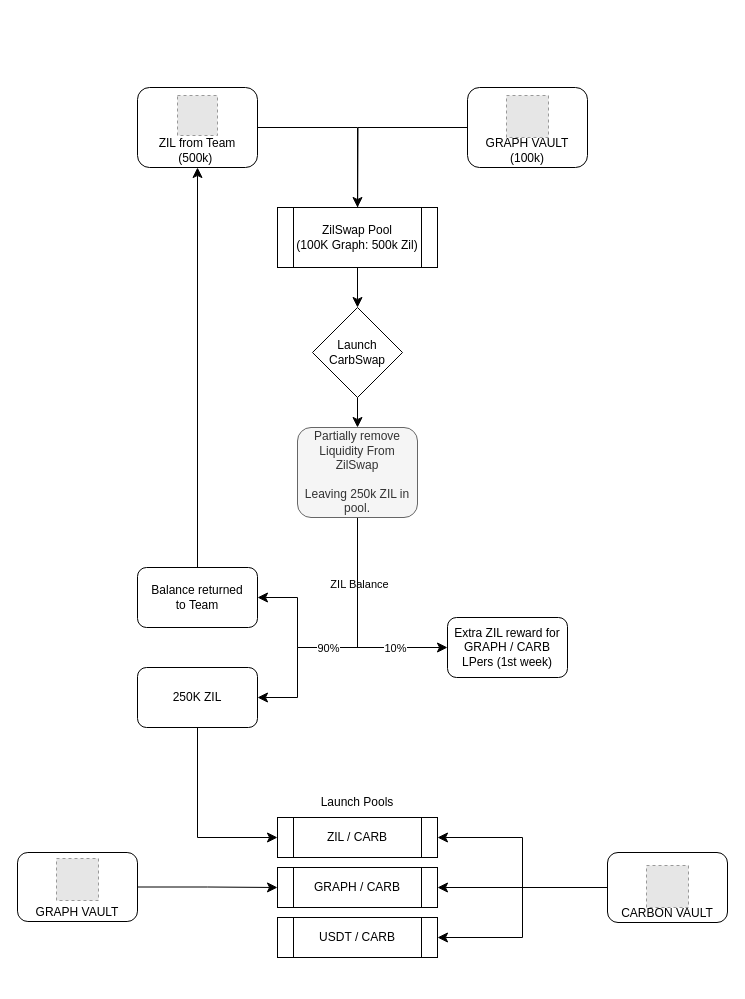
Above: carbswapflow.drawio in Carbon-Labs/Diagrams (draw.io), before the change. Source tidied: cells renumbered, new cells numbered last; positions are measured from the earlier drawing's top-left corner, leaving out a move shared by most shapes. Both pictures are drawn from the tidied source at 100%, with x=0, y=0 at pixel (17, 87). Pictures stored in the file or linked from it are replaced by grey dashed boxes.
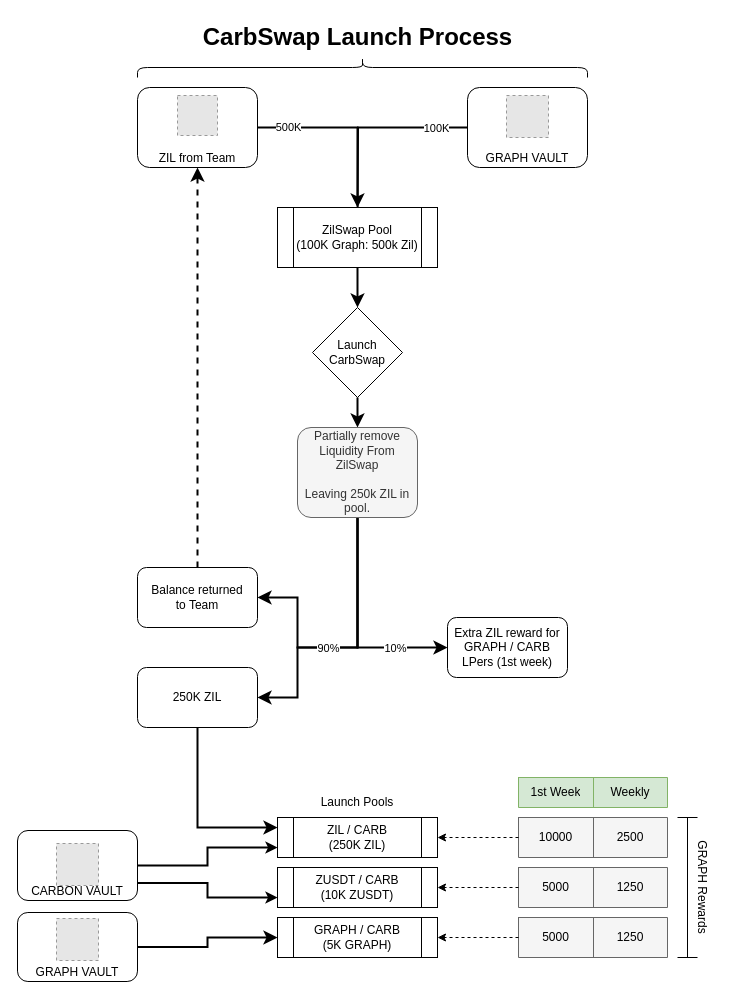
The same page after the edit.

The change refers to these unchanged cells:
```xml
<mxCell id="7" value="ZilSwap Pool&lt;br&gt;(100K Graph: 500k Zil)" style="shape=process;whiteSpace=wrap;html=1;backgroundOutline=1;" parent="1" vertex="1">
  <mxGeometry x="260" y="120" width="160" height="60" as="geometry" />
</mxCell>
<mxCell id="11" value="Launch&lt;br&gt;CarbSwap" style="rhombus;whiteSpace=wrap;html=1;verticalAlign=middle;" parent="1" vertex="1">
  <mxGeometry x="295" y="220" width="90" height="90" as="geometry" />
</mxCell>
<mxCell id="18" value="Partially remove Liquidity From ZilSwap&lt;br&gt;&lt;br&gt;Leaving 250k ZIL in pool." style="rounded=1;whiteSpace=wrap;html=1;verticalAlign=middle;fillColor=#f5f5f5;fontColor=#333333;strokeColor=#666666;" parent="1" vertex="1">
  <mxGeometry x="280" y="340" width="120" height="90" as="geometry" />
</mxCell>
<mxCell id="19" value="Extra ZIL reward for GRAPH / CARB&lt;br&gt;LPers (1st week)" style="rounded=1;whiteSpace=wrap;html=1;verticalAlign=middle;" parent="1" vertex="1">
  <mxGeometry x="430" y="530" width="120" height="60" as="geometry" />
</mxCell>
<mxCell id="21" value="Balance returned&lt;br&gt;to Team" style="rounded=1;whiteSpace=wrap;html=1;verticalAlign=middle;" parent="1" vertex="1">
  <mxGeometry x="120" y="480" width="120" height="60" as="geometry" />
</mxCell>
<mxCell id="23" value="250K ZIL" style="rounded=1;whiteSpace=wrap;html=1;verticalAlign=middle;" parent="1" vertex="1">
  <mxGeometry x="120" y="580" width="120" height="60" as="geometry" />
</mxCell>
```

Diff of the diagram source:
```diff
@@
-    <mxCell id="2" style="rounded=0;html=1;jettySize=auto;fontSize=11;endArrow=block;endFill=0;endSize=8;strokeWidth=1;shadow=0;labelBackgroundColor=none;edgeStyle=orthogonalEdgeStyle;" parent="1" edge="1" source="3">
+    <mxCell id="2" style="rounded=0;html=1;jettySize=auto;fontSize=11;endArrow=block;endFill=0;endSize=8;strokeWidth=2;shadow=0;labelBackgroundColor=none;edgeStyle=orthogonalEdgeStyle;" parent="1" edge="1" source="3">
       <mxGeometry relative="1" as="geometry">
         <mxPoint x="340" y="150" as="targetPoint" />
       </mxGeometry>
     </mxCell>
+    <mxCell id="36" value="100K" style="edgeLabel;html=1;align=center;verticalAlign=middle;" parent="2" vertex="1">
+      <mxGeometry x="-0.71" relative="1" as="geometry" />
+    </mxCell>
-    <mxCell id="3" value="GRAPH VAULT&lt;br&gt;(100k)" style="rounded=1;whiteSpace=wrap;html=1;fontSize=12;glass=0;strokeWidth=1;shadow=0;verticalAlign=bottom;" parent="1" vertex="1">
+    <mxCell id="3" value="GRAPH VAULT&lt;br&gt;" style="rounded=1;whiteSpace=wrap;html=1;fontSize=12;glass=0;strokeWidth=1;shadow=0;verticalAlign=bottom;" parent="1" vertex="1">
       <mxGeometry x="450" width="120" height="80" as="geometry" />
     </mxCell>
-    <mxCell id="4" style="edgeStyle=orthogonalEdgeStyle;rounded=0;jettySize=auto;html=1;exitX=1;exitY=0.5;exitDx=0;exitDy=0;endArrow=classic;endFill=1;endSize=8;entryX=0.5;entryY=0;entryDx=0;entryDy=0;" parent="1" edge="1" source="5" target="7">
+    <mxCell id="4" style="edgeStyle=orthogonalEdgeStyle;rounded=0;jettySize=auto;html=1;exitX=1;exitY=0.5;exitDx=0;exitDy=0;endArrow=classic;endFill=1;endSize=8;entryX=0.5;entryY=0;entryDx=0;entryDy=0;strokeWidth=2;" parent="1" edge="1" source="5" target="7">
       <mxGeometry relative="1" as="geometry" />
     </mxCell>
+    <mxCell id="37" value="500K" style="edgeLabel;html=1;align=center;verticalAlign=middle;" parent="4" vertex="1">
+      <mxGeometry x="-0.67" y="1" relative="1" as="geometry" />
+    </mxCell>
-    <mxCell id="5" value="ZIL from Team&lt;br&gt;(500k)&amp;nbsp;" style="rounded=1;whiteSpace=wrap;html=1;fontSize=12;glass=0;strokeWidth=1;shadow=0;verticalAlign=bottom;" parent="1" vertex="1">
+    <mxCell id="5" value="ZIL from Team" style="rounded=1;whiteSpace=wrap;html=1;fontSize=12;glass=0;strokeWidth=1;shadow=0;verticalAlign=bottom;" parent="1" vertex="1">
       <mxGeometry x="120" width="120" height="80" as="geometry" />
     </mxCell>
-    <mxCell id="6" style="edgeStyle=orthogonalEdgeStyle;rounded=0;jettySize=auto;html=1;exitX=0.5;exitY=1;exitDx=0;exitDy=0;entryX=0.5;entryY=0;entryDx=0;entryDy=0;endArrow=classic;endFill=1;endSize=8;" parent="1" edge="1" source="7" target="11">
+    <mxCell id="6" style="edgeStyle=orthogonalEdgeStyle;rounded=0;jettySize=auto;html=1;exitX=0.5;exitY=1;exitDx=0;exitDy=0;entryX=0.5;entryY=0;entryDx=0;entryDy=0;endArrow=classic;endFill=1;endSize=8;strokeWidth=2;" parent="1" edge="1" source="7" target="11">
       <mxGeometry relative="1" as="geometry" />
     </mxCell>
@@
-    <mxCell id="10" style="edgeStyle=orthogonalEdgeStyle;rounded=0;jettySize=auto;html=1;exitX=0.5;exitY=1;exitDx=0;exitDy=0;entryX=0.5;entryY=0;entryDx=0;entryDy=0;endArrow=classic;endFill=1;endSize=8;" parent="1" edge="1" source="11" target="18">
+    <mxCell id="10" style="edgeStyle=orthogonalEdgeStyle;rounded=0;jettySize=auto;html=1;exitX=0.5;exitY=1;exitDx=0;exitDy=0;entryX=0.5;entryY=0;entryDx=0;entryDy=0;endArrow=classic;endFill=1;endSize=8;strokeWidth=2;" parent="1" edge="1" source="11" target="18">
       <mxGeometry relative="1" as="geometry" />
     </mxCell>
@@
-    <mxCell id="12" style="edgeStyle=orthogonalEdgeStyle;rounded=0;jettySize=auto;html=1;exitX=0.5;exitY=1;exitDx=0;exitDy=0;entryX=0;entryY=0.5;entryDx=0;entryDy=0;endArrow=classic;endFill=1;endSize=8;" parent="1" edge="1" source="18" target="19">
+    <mxCell id="12" style="edgeStyle=orthogonalEdgeStyle;rounded=0;jettySize=auto;html=1;exitX=0.5;exitY=1;exitDx=0;exitDy=0;entryX=0;entryY=0.5;entryDx=0;entryDy=0;endArrow=classic;endFill=1;endSize=8;strokeWidth=2;" parent="1" edge="1" source="18" target="19">
       <mxGeometry relative="1" as="geometry" />
     </mxCell>
@@
-    <mxCell id="14" style="edgeStyle=orthogonalEdgeStyle;rounded=0;jettySize=auto;html=1;exitX=0.5;exitY=1;exitDx=0;exitDy=0;entryX=1;entryY=0.5;entryDx=0;entryDy=0;endArrow=classic;endFill=1;endSize=8;" parent="1" edge="1" source="18" target="21">
+    <mxCell id="14" style="edgeStyle=orthogonalEdgeStyle;rounded=0;jettySize=auto;html=1;exitX=0.5;exitY=1;exitDx=0;exitDy=0;entryX=1;entryY=0.5;entryDx=0;entryDy=0;endArrow=classic;endFill=1;endSize=8;strokeWidth=2;" parent="1" edge="1" source="18" target="21">
       <mxGeometry relative="1" as="geometry">
         <Array as="points">
           <mxPoint x="340" y="560" />
           <mxPoint x="280" y="560" />
           <mxPoint x="280" y="510" />
         </Array>
       </mxGeometry>
     </mxCell>
-    <mxCell id="15" value="ZIL Balance" style="edgeLabel;html=1;align=center;verticalAlign=middle;" parent="14" vertex="1">
-      <mxGeometry x="-0.53" y="1" relative="1" as="geometry" />
-    </mxCell>
-    <mxCell id="16" style="edgeStyle=orthogonalEdgeStyle;rounded=0;jettySize=auto;html=1;exitX=0.5;exitY=1;exitDx=0;exitDy=0;entryX=1;entryY=0.5;entryDx=0;entryDy=0;endArrow=classic;endFill=1;endSize=8;" parent="1" edge="1" source="18" target="23">
+    <mxCell id="16" style="edgeStyle=orthogonalEdgeStyle;rounded=0;jettySize=auto;html=1;exitX=0.5;exitY=1;exitDx=0;exitDy=0;entryX=1;entryY=0.5;entryDx=0;entryDy=0;endArrow=classic;endFill=1;endSize=8;strokeWidth=2;" parent="1" edge="1" source="18" target="23">
       <mxGeometry relative="1" as="geometry">
         <Array as="points">
           <mxPoint x="340" y="560" />
           <mxPoint x="280" y="560" />
           <mxPoint x="280" y="610" />
         </Array>
       </mxGeometry>
     </mxCell>
@@
-    <mxCell id="20" style="edgeStyle=orthogonalEdgeStyle;rounded=0;jettySize=auto;html=1;exitX=0.5;exitY=0;exitDx=0;exitDy=0;entryX=0.5;entryY=1;entryDx=0;entryDy=0;endArrow=classic;endFill=1;endSize=8;" parent="1" edge="1" source="21" target="5">
+    <mxCell id="20" style="edgeStyle=orthogonalEdgeStyle;rounded=0;jettySize=auto;html=1;exitX=0.5;exitY=0;exitDx=0;exitDy=0;entryX=0.5;entryY=1;entryDx=0;entryDy=0;endArrow=classic;endFill=1;endSize=8;strokeWidth=2;dashed=1;" parent="1" edge="1" source="21" target="5">
       <mxGeometry relative="1" as="geometry">
         <Array as="points">
           <mxPoint x="180" y="80" />
         </Array>
       </mxGeometry>
     </mxCell>
@@
-    <mxCell id="22" style="edgeStyle=orthogonalEdgeStyle;rounded=0;jettySize=auto;html=1;exitX=0.5;exitY=1;exitDx=0;exitDy=0;entryX=0;entryY=0.5;entryDx=0;entryDy=0;endArrow=classic;endFill=1;endSize=8;" parent="1" edge="1" source="23" target="24">
+    <mxCell id="22" style="edgeStyle=orthogonalEdgeStyle;rounded=0;jettySize=auto;html=1;exitX=0.5;exitY=1;exitDx=0;exitDy=0;entryX=0;entryY=0.25;entryDx=0;entryDy=0;endArrow=classic;endFill=1;endSize=8;strokeWidth=2;" parent="1" edge="1" source="23" target="24">
       <mxGeometry relative="1" as="geometry" />
     </mxCell>
@@
-    <mxCell id="24" value="ZIL / CARB" style="shape=process;whiteSpace=wrap;html=1;backgroundOutline=1;" parent="1" vertex="1">
+    <mxCell id="24" value="ZIL / CARB&lt;br&gt;(250K ZIL)" style="shape=process;whiteSpace=wrap;html=1;backgroundOutline=1;" parent="1" vertex="1">
       <mxGeometry x="260" y="730" width="160" height="40" as="geometry" />
     </mxCell>
-    <mxCell id="25" value="GRAPH / CARB" style="shape=process;whiteSpace=wrap;html=1;backgroundOutline=1;" parent="1" vertex="1">
+    <mxCell id="25" value="ZUSDT / CARB&lt;br&gt;(10K ZUSDT)" style="shape=process;whiteSpace=wrap;html=1;backgroundOutline=1;" parent="1" vertex="1">
       <mxGeometry x="260" y="780" width="160" height="40" as="geometry" />
     </mxCell>
-    <mxCell id="26" value="USDT / CARB" style="shape=process;whiteSpace=wrap;html=1;backgroundOutline=1;" parent="1" vertex="1">
+    <mxCell id="26" value="GRAPH / CARB&lt;br&gt;(5K GRAPH)" style="shape=process;whiteSpace=wrap;html=1;backgroundOutline=1;" parent="1" vertex="1">
       <mxGeometry x="260" y="830" width="160" height="40" as="geometry" />
     </mxCell>
@@
-    <mxCell id="28" style="edgeStyle=orthogonalEdgeStyle;rounded=0;jettySize=auto;html=1;exitX=0;exitY=0.5;exitDx=0;exitDy=0;entryX=1;entryY=0.5;entryDx=0;entryDy=0;endArrow=classic;endFill=1;endSize=8;" parent="1" edge="1" source="31" target="24">
+    <mxCell id="28" style="edgeStyle=orthogonalEdgeStyle;rounded=0;jettySize=auto;html=1;exitX=1;exitY=0.5;exitDx=0;exitDy=0;entryX=0;entryY=0.75;entryDx=0;entryDy=0;strokeWidth=2;" parent="1" edge="1" source="31" target="24">
       <mxGeometry relative="1" as="geometry" />
     </mxCell>
-    <mxCell id="29" style="edgeStyle=orthogonalEdgeStyle;rounded=0;jettySize=auto;html=1;exitX=0;exitY=0.5;exitDx=0;exitDy=0;entryX=1;entryY=0.5;entryDx=0;entryDy=0;endArrow=classic;endFill=1;endSize=8;" parent="1" edge="1" source="31" target="25">
+    <mxCell id="29" style="edgeStyle=orthogonalEdgeStyle;rounded=0;jettySize=auto;html=1;exitX=1;exitY=0.75;exitDx=0;exitDy=0;entryX=0;entryY=0.75;entryDx=0;entryDy=0;strokeWidth=2;" parent="1" edge="1" source="31" target="25">
       <mxGeometry relative="1" as="geometry" />
     </mxCell>
-    <mxCell id="30" style="edgeStyle=orthogonalEdgeStyle;rounded=0;jettySize=auto;html=1;exitX=0;exitY=0.5;exitDx=0;exitDy=0;entryX=1;entryY=0.5;entryDx=0;entryDy=0;endArrow=classic;endFill=1;endSize=8;" parent="1" edge="1" source="31" target="26">
-      <mxGeometry relative="1" as="geometry" />
-    </mxCell>
     <mxCell id="31" value="CARBON VAULT" style="rounded=1;whiteSpace=wrap;html=1;fontSize=12;glass=0;strokeWidth=1;shadow=0;verticalAlign=bottom;" parent="1" vertex="1">
-      <mxGeometry x="590" y="765" width="120" height="70" as="geometry" />
+      <mxGeometry y="743" width="120" height="70" as="geometry" />
     </mxCell>
     <mxCell id="32" style="fillColor=#E6E6E6;strokeColor=#999999;dashed=1;verticalLabelPosition=bottom;labelBackgroundColor=#ffffff;verticalAlign=top;" parent="1" vertex="1">
-      <mxGeometry x="629" y="778" width="42" height="42" as="geometry" />
+      <mxGeometry x="39" y="756" width="42" height="42" as="geometry" />
     </mxCell>
-    <mxCell id="33" style="edgeStyle=orthogonalEdgeStyle;rounded=0;jettySize=auto;html=1;exitX=1;exitY=0.5;exitDx=0;exitDy=0;entryX=0;entryY=0.5;entryDx=0;entryDy=0;endArrow=classic;endFill=1;endSize=8;" parent="1" edge="1" source="34" target="25">
+    <mxCell id="33" style="edgeStyle=orthogonalEdgeStyle;rounded=0;jettySize=auto;html=1;exitX=1;exitY=0.5;exitDx=0;exitDy=0;entryX=0;entryY=0.5;entryDx=0;entryDy=0;endArrow=classic;endFill=1;endSize=8;strokeWidth=2;" parent="1" edge="1" source="34" target="26">
       <mxGeometry relative="1" as="geometry" />
     </mxCell>
     <mxCell id="34" value="GRAPH VAULT" style="rounded=1;whiteSpace=wrap;html=1;fontSize=12;glass=0;strokeWidth=1;shadow=0;verticalAlign=bottom;" parent="1" vertex="1">
-      <mxGeometry y="765" width="120" height="69" as="geometry" />
+      <mxGeometry y="825" width="120" height="69" as="geometry" />
     </mxCell>
     <mxCell id="35" style="fillColor=#E6E6E6;strokeColor=#999999;dashed=1;verticalLabelPosition=bottom;labelBackgroundColor=#ffffff;verticalAlign=top;" parent="1" vertex="1">
-      <mxGeometry x="39" y="771" width="42" height="42" as="geometry" />
+      <mxGeometry x="39" y="831" width="42" height="42" as="geometry" />
     </mxCell>
+    <mxCell id="38" style="shape=curlyBracket;whiteSpace=wrap;html=1;rounded=1;rotation=90;" parent="1" vertex="1">
+      <mxGeometry x="335" y="-245" width="20" height="450" as="geometry" />
+    </mxCell>
+    <mxCell id="39" value="CarbSwap Launch Process" style="text;strokeColor=none;fillColor=none;html=1;fontSize=24;fontStyle=1;verticalAlign=middle;align=center;" parent="1" vertex="1">
+      <mxGeometry x="290" y="-70" width="100" height="40" as="geometry" />
+    </mxCell>
+    <mxCell id="40" style="shape=table;startSize=0;childLayout=tableLayout;rounded=0;shadow=0;strokeColor=#82b366;fillColor=#d5e8d4;" parent="1" vertex="1">
+      <mxGeometry x="501" y="690" width="149" height="30" as="geometry" />
+    </mxCell>
+    <mxCell id="41" style="shape=partialRectangle;fillColor=none;top=0;left=0;bottom=0;right=0;rounded=0;shadow=0;strokeColor=default;" parent="40" vertex="1">
+      <mxGeometry width="149" height="30" as="geometry" />
+    </mxCell>
+    <mxCell id="42" value="1st Week" style="shape=partialRectangle;html=1;whiteSpace=wrap;overflow=hidden;fillColor=none;top=0;left=0;bottom=0;right=0;rounded=0;shadow=0;strokeColor=default;" parent="41" vertex="1">
+      <mxGeometry width="75" height="30" as="geometry" />
+    </mxCell>
+    <mxCell id="43" value="Weekly" style="shape=partialRectangle;html=1;whiteSpace=wrap;overflow=hidden;fillColor=none;top=0;left=0;bottom=0;right=0;rounded=0;shadow=0;strokeColor=default;" parent="41" vertex="1">
+      <mxGeometry x="75" width="74" height="30" as="geometry" />
+    </mxCell>
+    <mxCell id="44" style="shape=table;startSize=0;childLayout=tableLayout;rounded=0;shadow=0;strokeColor=#666666;fillColor=#f5f5f5;fontColor=#333333;" parent="1" vertex="1">
+      <mxGeometry x="501" y="730" width="149" height="40" as="geometry" />
+    </mxCell>
+    <mxCell id="45" style="shape=partialRectangle;fillColor=none;top=0;left=0;bottom=0;right=0;points=[[0,0.5],[1,0.5]];portConstraint=eastwest;rounded=0;shadow=0;strokeColor=default;" parent="44" vertex="1">
+      <mxGeometry width="149" height="40" as="geometry" />
+    </mxCell>
+    <mxCell id="46" value="10000" style="shape=partialRectangle;html=1;whiteSpace=wrap;overflow=hidden;fillColor=none;top=0;left=0;bottom=0;right=0;rounded=0;shadow=0;strokeColor=default;" parent="45" vertex="1">
+      <mxGeometry width="75" height="40" as="geometry" />
+    </mxCell>
+    <mxCell id="47" value="2500" style="shape=partialRectangle;html=1;whiteSpace=wrap;overflow=hidden;fillColor=none;top=0;left=0;bottom=0;right=0;rounded=0;shadow=0;strokeColor=default;" parent="45" vertex="1">
+      <mxGeometry x="75" width="74" height="40" as="geometry" />
+    </mxCell>
+    <mxCell id="48" style="edgeStyle=orthogonalEdgeStyle;rounded=0;jettySize=auto;html=1;exitX=0;exitY=0.5;exitDx=0;exitDy=0;entryX=1;entryY=0.5;entryDx=0;entryDy=0;strokeWidth=1;dashed=1;" parent="1" edge="1" source="45" target="24">
+      <mxGeometry relative="1" as="geometry" />
+    </mxCell>
+    <mxCell id="49" style="shape=table;startSize=0;childLayout=tableLayout;rounded=0;shadow=0;strokeColor=#666666;fillColor=#f5f5f5;fontColor=#333333;" parent="1" vertex="1">
+      <mxGeometry x="501" y="780" width="149" height="40" as="geometry" />
+    </mxCell>
+    <mxCell id="50" style="shape=partialRectangle;fillColor=none;top=0;left=0;bottom=0;right=0;points=[[0,0.5],[1,0.5]];portConstraint=eastwest;rounded=0;shadow=0;strokeColor=default;" parent="49" vertex="1">
+      <mxGeometry width="149" height="40" as="geometry" />
+    </mxCell>
+    <mxCell id="51" value="5000" style="shape=partialRectangle;html=1;whiteSpace=wrap;overflow=hidden;fillColor=none;top=0;left=0;bottom=0;right=0;rounded=0;shadow=0;strokeColor=default;" parent="50" vertex="1">
+      <mxGeometry width="75" height="40" as="geometry" />
+    </mxCell>
+    <mxCell id="52" value="1250" style="shape=partialRectangle;html=1;whiteSpace=wrap;overflow=hidden;fillColor=none;top=0;left=0;bottom=0;right=0;rounded=0;shadow=0;strokeColor=default;" parent="50" vertex="1">
+      <mxGeometry x="75" width="74" height="40" as="geometry" />
+    </mxCell>
+    <mxCell id="53" style="shape=table;startSize=0;childLayout=tableLayout;rounded=0;shadow=0;strokeColor=#666666;fillColor=#f5f5f5;fontColor=#333333;" parent="1" vertex="1">
+      <mxGeometry x="501" y="830" width="149" height="40" as="geometry" />
+    </mxCell>
+    <mxCell id="54" style="shape=partialRectangle;fillColor=none;top=0;left=0;bottom=0;right=0;points=[[0,0.5],[1,0.5]];portConstraint=eastwest;rounded=0;shadow=0;strokeColor=default;" parent="53" vertex="1">
+      <mxGeometry width="149" height="40" as="geometry" />
+    </mxCell>
+    <mxCell id="55" value="5000" style="shape=partialRectangle;html=1;whiteSpace=wrap;overflow=hidden;fillColor=none;top=0;left=0;bottom=0;right=0;rounded=0;shadow=0;strokeColor=default;" parent="54" vertex="1">
+      <mxGeometry width="75" height="40" as="geometry" />
+    </mxCell>
+    <mxCell id="56" value="1250" style="shape=partialRectangle;html=1;whiteSpace=wrap;overflow=hidden;fillColor=none;top=0;left=0;bottom=0;right=0;rounded=0;shadow=0;strokeColor=default;" parent="54" vertex="1">
+      <mxGeometry x="75" width="74" height="40" as="geometry" />
+    </mxCell>
+    <mxCell id="57" style="edgeStyle=orthogonalEdgeStyle;rounded=0;jettySize=auto;html=1;exitX=0;exitY=0.5;exitDx=0;exitDy=0;entryX=1;entryY=0.5;entryDx=0;entryDy=0;dashed=1;strokeWidth=1;" parent="1" edge="1" source="50" target="25">
+      <mxGeometry relative="1" as="geometry" />
+    </mxCell>
+    <mxCell id="58" style="edgeStyle=orthogonalEdgeStyle;rounded=0;jettySize=auto;html=1;exitX=0;exitY=0.5;exitDx=0;exitDy=0;entryX=1;entryY=0.5;entryDx=0;entryDy=0;dashed=1;strokeWidth=1;" parent="1" edge="1" source="54" target="26">
+      <mxGeometry relative="1" as="geometry" />
+    </mxCell>
+    <mxCell id="59" style="shape=crossbar;whiteSpace=wrap;html=1;rounded=1;direction=south;shadow=0;strokeColor=default;fillColor=default;" parent="1" vertex="1">
+      <mxGeometry x="660" y="730" width="20" height="140" as="geometry" />
+    </mxCell>
+    <mxCell id="60" value="GRAPH Rewards" style="text;html=1;strokeColor=none;fillColor=none;align=center;verticalAlign=middle;whiteSpace=wrap;rounded=0;shadow=0;rotation=90;" parent="1" vertex="1">
+      <mxGeometry x="630" y="785" width="110" height="30" as="geometry" />
+    </mxCell>
```
